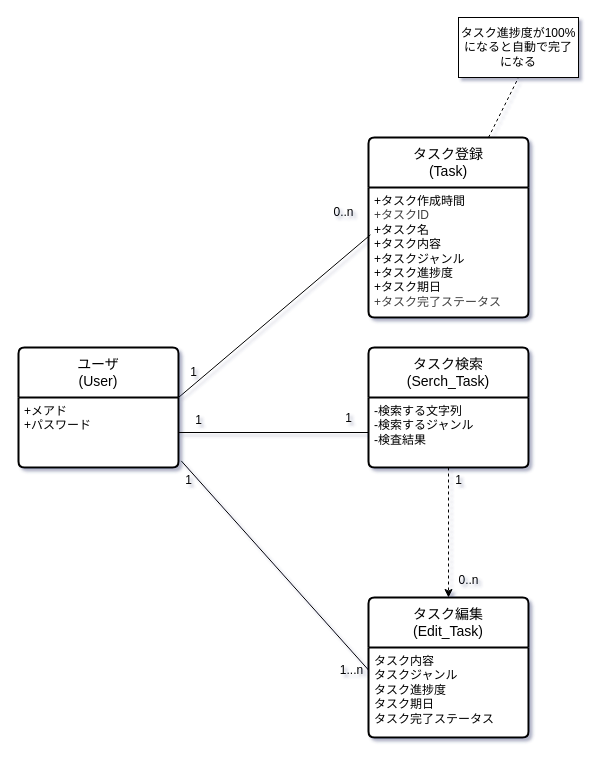
Earlier version of the draw.io diagram DDD図/3-1 ドメインモデル図(クラスになる).drawio (OMOCHInoHOSHI/2025-ToDoapp). Source tidied: cells renumbered, new cells numbered last; positions are measured from the earlier drawing's top-left corner, leaving out a move shared by most shapes. Both pictures are drawn from the tidied source at 100%, with x=0, y=0 at pixel (18, 17).
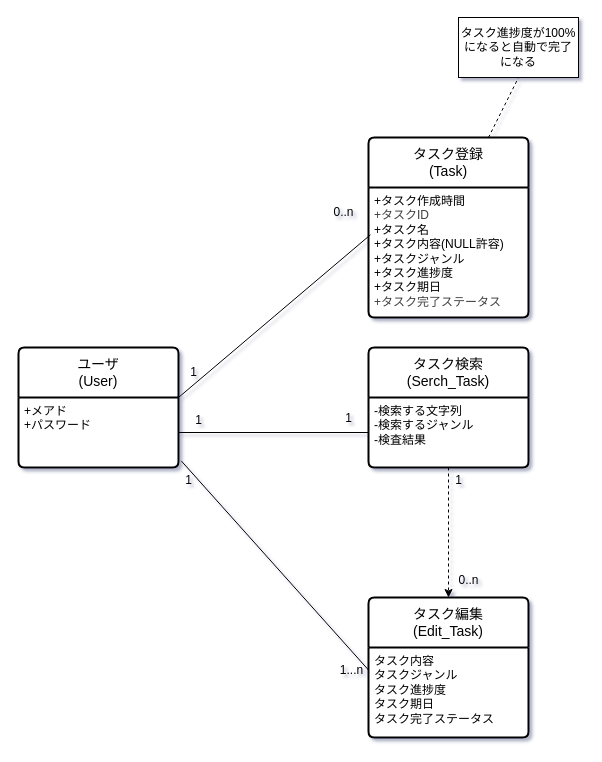
The same page after the edit.

Commit message (it also covers changes not shown here):
タスク内容無しを許容に変更

The change refers to these unchanged cells:
```xml
<mxCell id="2" value="タスク登録&lt;br&gt;(Task)" style="swimlane;horizontal=1;startSize=50;rounded=1;fontSize=14;fontStyle=0;strokeWidth=2;shadow=0;dashed=0;align=center;arcSize=4;whiteSpace=wrap;html=1;swimlaneFillColor=default;" parent="1" vertex="1">
  <mxGeometry x="350" y="120" width="160" height="180" as="geometry" />
</mxCell>
```

The edit, as a diff of the source:
```diff
@@
-    <mxCell id="3" value="&lt;div&gt;&lt;span style=&quot;background-color: transparent;&quot;&gt;+タスク作成時間&lt;/span&gt;&lt;/div&gt;&lt;div&gt;&lt;span style=&quot;color: rgb(63, 63, 63);&quot;&gt;+タスクID&lt;/span&gt;&lt;span style=&quot;background-color: transparent;&quot;&gt;&lt;/span&gt;&lt;/div&gt;+タスク名&lt;div&gt;+タスク内容&lt;/div&gt;&lt;div&gt;+タスクジャンル&lt;/div&gt;&lt;div&gt;+タスク進捗度&lt;/div&gt;&lt;div&gt;+タスク期日&lt;/div&gt;&lt;div&gt;&lt;span style=&quot;color: rgb(63, 63, 63);&quot;&gt;+タスク完了ステータス&lt;/span&gt;&lt;/div&gt;" style="align=left;strokeColor=none;fillColor=none;spacingLeft=4;fontSize=12;verticalAlign=top;html=1;" parent="2" vertex="1">
+    <mxCell id="3" value="&lt;div&gt;&lt;span style=&quot;background-color: transparent;&quot;&gt;+タスク作成時間&lt;/span&gt;&lt;/div&gt;&lt;div&gt;&lt;span style=&quot;color: rgb(63, 63, 63);&quot;&gt;+タスクID&lt;/span&gt;&lt;span style=&quot;background-color: transparent;&quot;&gt;&lt;/span&gt;&lt;/div&gt;+タスク名&lt;div&gt;+タスク内容(NULL許容)&lt;/div&gt;&lt;div&gt;+タスクジャンル&lt;/div&gt;&lt;div&gt;+タスク進捗度&lt;/div&gt;&lt;div&gt;+タスク期日&lt;/div&gt;&lt;div&gt;&lt;span style=&quot;color: rgb(63, 63, 63);&quot;&gt;+タスク完了ステータス&lt;/span&gt;&lt;/div&gt;" style="align=left;strokeColor=none;fillColor=none;spacingLeft=4;fontSize=12;verticalAlign=top;html=1;" parent="2" vertex="1">
       <mxGeometry y="50" width="160" height="130" as="geometry" />
     </mxCell>
```
